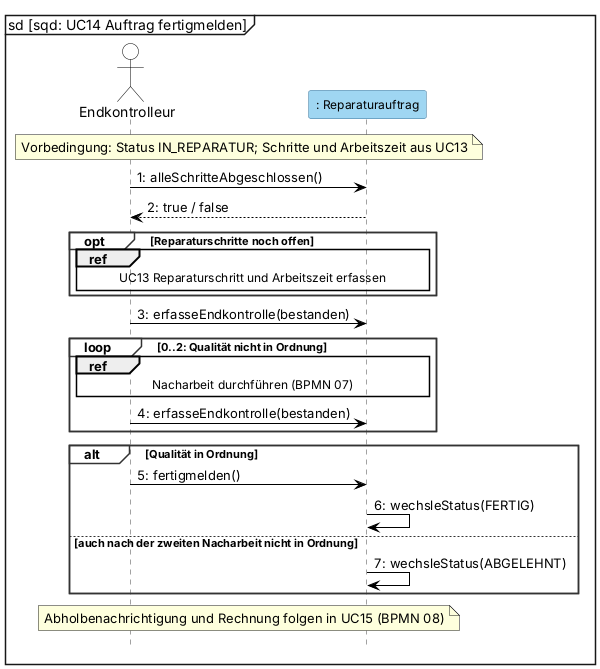
Earlier version of the PlantUML export 2_uml/entwurf-plantuml/sequenz-04-fertigmeldung.png (jakobschwan123-cmd/casestudy-semester-3).
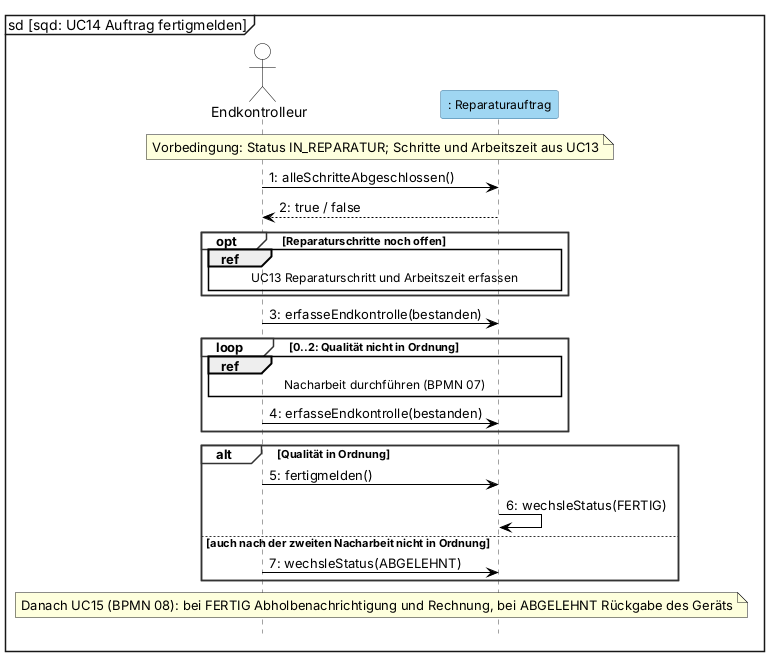
The same diagram one commit later.

Diff of the diagram source:
```diff
@@ -38,7 +38,7 @@
     E -> RA : fertigmelden()
     RA -> RA : wechsleStatus(FERTIG)
 else auch nach der zweiten Nacharbeit nicht in Ordnung
-    RA -> RA : wechsleStatus(ABGELEHNT)
+    E -> RA : wechsleStatus(ABGELEHNT)
 end
-note over E, RA : Abholbenachrichtigung und Rechnung folgen in UC15 (BPMN 08)
+note over E, RA : Danach UC15 (BPMN 08): bei FERTIG Abholbenachrichtigung und Rechnung, bei ABGELEHNT Rückgabe des Geräts
 @enduml
```
